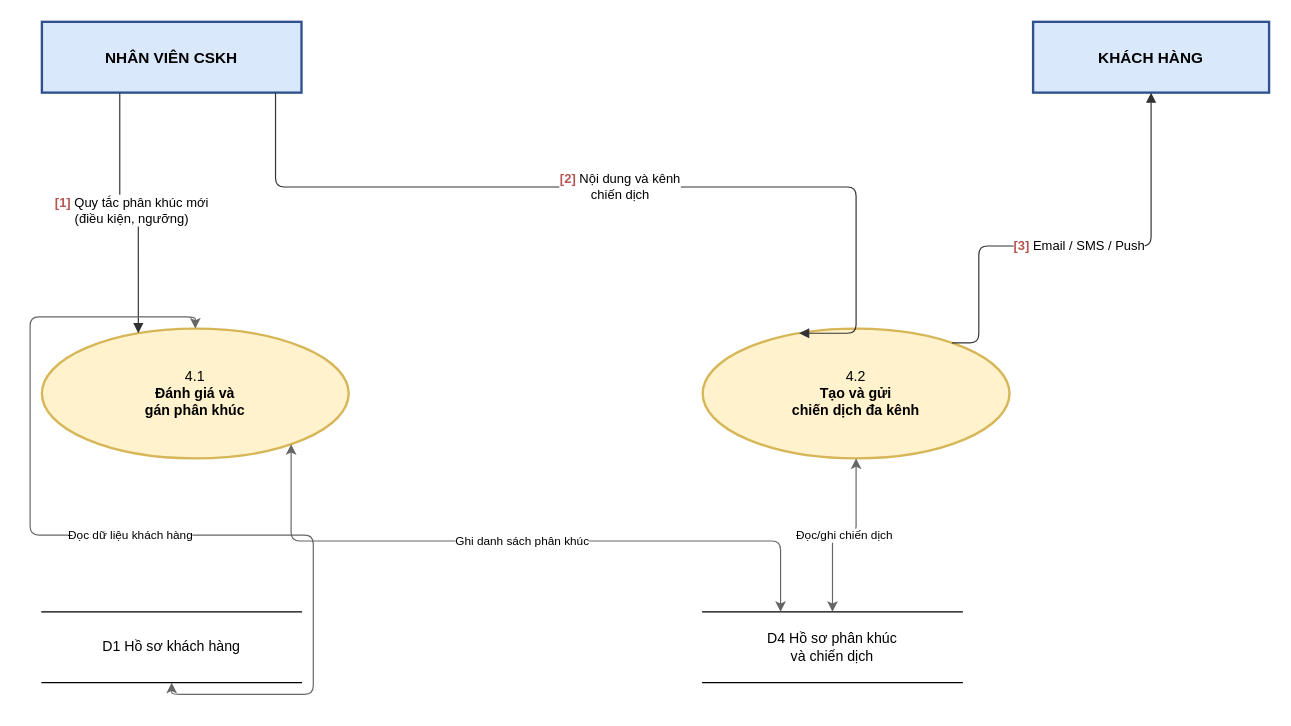
This is page "5. DFD muc 2b - Phan ra 4.0" (5 of 5) of docs/httttdn-so-do-bfd-dfd.drawio from KhanhChung2k5/Shopee, a draw.io file, before an edit. Source tidied: cells renumbered, new cells numbered last; positions are measured from the earlier drawing's top-left corner, leaving out a move shared by most shapes. Both pictures are drawn from the tidied source at 118%, with x=0, y=0 at pixel (41, 21).
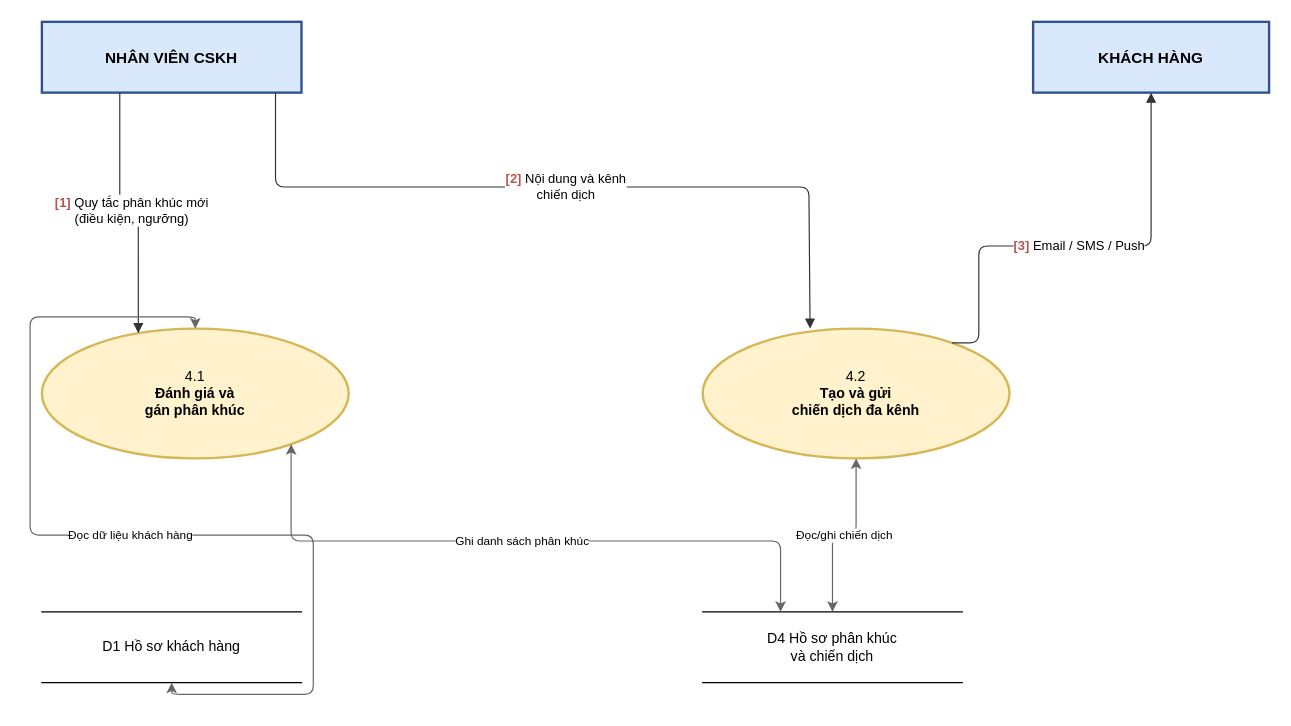
The same diagram, later.

Diff of the diagram source:
```diff
@@
 <mxGraphModel>
   <root>
     <mxCell id="0" />
     <mxCell id="1" parent="0" />
     <mxCell id="2" value="NHÂN VIÊN CSKH" style="rounded=0;whiteSpace=wrap;html=1;fontSize=13;fontStyle=1;fillColor=#DAE8FC;strokeColor=#2F528F;strokeWidth=2;align=center;verticalAlign=middle;" parent="1" vertex="1">
       <mxGeometry width="220" height="60" as="geometry" />
     </mxCell>
     <mxCell id="3" value="KHÁCH HÀNG" style="rounded=0;whiteSpace=wrap;html=1;fontSize=13;fontStyle=1;fillColor=#DAE8FC;strokeColor=#2F528F;strokeWidth=2;align=center;verticalAlign=middle;" parent="1" vertex="1">
       <mxGeometry x="840" width="200" height="60" as="geometry" />
     </mxCell>
     <mxCell id="4" value="4.1&lt;br&gt;&lt;b&gt;Đánh giá và&lt;br&gt;gán phân khúc&lt;/b&gt;" style="ellipse;whiteSpace=wrap;html=1;fontSize=12;fillColor=#FFF2CC;strokeColor=#D6B656;strokeWidth=2;align=center;verticalAlign=middle;" parent="1" vertex="1">
       <mxGeometry y="260" width="260" height="110" as="geometry" />
     </mxCell>
     <mxCell id="5" value="4.2&lt;br&gt;&lt;b&gt;Tạo và gửi&lt;br&gt;chiến dịch đa kênh&lt;/b&gt;" style="ellipse;whiteSpace=wrap;html=1;fontSize=12;fillColor=#FFF2CC;strokeColor=#D6B656;strokeWidth=2;align=center;verticalAlign=middle;" parent="1" vertex="1">
       <mxGeometry x="560" y="260" width="260" height="110" as="geometry" />
     </mxCell>
     <mxCell id="6" value="D1  Hồ sơ khách hàng" style="shape=partialRectangle;whiteSpace=wrap;html=1;top=1;bottom=1;left=0;right=0;fontSize=12;strokeColor=#000000;strokeWidth=1;fillColor=none;align=center;verticalAlign=middle;" parent="1" vertex="1">
       <mxGeometry y="500" width="220" height="60" as="geometry" />
     </mxCell>
     <mxCell id="7" value="D4  Hồ sơ phân khúc&lt;br&gt;và chiến dịch" style="shape=partialRectangle;whiteSpace=wrap;html=1;top=1;bottom=1;left=0;right=0;fontSize=12;strokeColor=#000000;strokeWidth=1;fillColor=none;align=center;verticalAlign=middle;" parent="1" vertex="1">
       <mxGeometry x="560" y="500" width="220" height="60" as="geometry" />
     </mxCell>
     <mxCell id="8" value="&lt;b style=&quot;color:#B85450;&quot;&gt;[1]&lt;/b&gt; Quy tắc phân khúc mới&lt;br&gt;(điều kiện, ngưỡng)" style="edgeStyle=orthogonalEdgeStyle;rounded=1;arcSize=15;html=1;endArrow=block;endFill=1;fontSize=11;strokeColor=#333333;labelBackgroundColor=#ffffff;align=center;verticalAlign=middle;exitX=0.3;exitY=1.0;exitDx=0;exitDy=0;entryX=0.3;entryY=0.0;entryDx=0;entryDy=0;" parent="1" edge="1" source="2" target="4">
       <mxGeometry relative="1" as="geometry" />
     </mxCell>
-    <mxCell id="9" value="&lt;b style=&quot;color:#B85450;&quot;&gt;[2]&lt;/b&gt; Nội dung và kênh&lt;br&gt;chiến dịch" style="edgeStyle=orthogonalEdgeStyle;rounded=1;arcSize=15;html=1;endArrow=block;endFill=1;fontSize=11;strokeColor=#333333;labelBackgroundColor=#ffffff;align=center;verticalAlign=middle;exitX=0.9;exitY=1.0;exitDx=0;exitDy=0;entryX=0.3;entryY=0.0;entryDx=0;entryDy=0;" parent="1" edge="1" source="2" target="5">
+    <mxCell id="9" value="&lt;b style=&quot;color:#B85450;&quot;&gt;[2]&lt;/b&gt; Nội dung và kênh&lt;br&gt;chiến dịch" style="edgeStyle=orthogonalEdgeStyle;rounded=1;arcSize=15;html=1;endArrow=block;endFill=1;fontSize=11;strokeColor=#333333;labelBackgroundColor=#ffffff;align=center;verticalAlign=middle;exitX=0.9;exitY=1.0;exitDx=0;exitDy=0;entryX=0.35;entryY=0;entryDx=0;entryDy=0;entryPerimeter=0;" parent="1" edge="1" source="2" target="5">
       <mxGeometry relative="1" as="geometry">
         <Array as="points">
           <mxPoint x="198" y="140" />
-          <mxPoint x="690" y="140" />
+          <mxPoint x="650" y="140" />
+          <mxPoint x="650" y="260" />
         </Array>
       </mxGeometry>
     </mxCell>
     <mxCell id="10" value="&lt;b style=&quot;color:#B85450;&quot;&gt;[3]&lt;/b&gt; Email / SMS / Push" style="edgeStyle=orthogonalEdgeStyle;rounded=1;arcSize=15;html=1;endArrow=block;endFill=1;fontSize=11;strokeColor=#333333;labelBackgroundColor=#ffffff;align=center;verticalAlign=middle;exitX=0.9;exitY=0.0;exitDx=0;exitDy=0;entryX=0.5;entryY=1.0;entryDx=0;entryDy=0;" parent="1" edge="1" source="5" target="3">
       <mxGeometry relative="1" as="geometry">
         <Array as="points">
           <mxPoint x="794" y="190" />
           <mxPoint x="940" y="190" />
         </Array>
       </mxGeometry>
     </mxCell>
     <mxCell id="11" value="Đọc dữ liệu khách hàng" style="edgeStyle=orthogonalEdgeStyle;rounded=1;arcSize=15;html=1;endArrow=classic;startArrow=classic;endFill=1;startFill=1;fontSize=10;strokeColor=#666666;labelBackgroundColor=#ffffff;exitX=0.5;exitY=1.0;exitDx=0;exitDy=0;entryX=0.5;entryY=0.0;entryDx=0;entryDy=0;" parent="1" edge="1" source="6" target="4">
       <mxGeometry relative="1" as="geometry" />
     </mxCell>
     <mxCell id="12" value="Ghi danh sách phân khúc" style="edgeStyle=orthogonalEdgeStyle;rounded=1;arcSize=15;html=1;endArrow=classic;startArrow=classic;endFill=1;startFill=1;fontSize=10;strokeColor=#666666;labelBackgroundColor=#ffffff;exitX=0.9;exitY=1.0;exitDx=0;exitDy=0;entryX=0.3;entryY=0.0;entryDx=0;entryDy=0;" parent="1" edge="1" source="4" target="7">
       <mxGeometry relative="1" as="geometry">
         <Array as="points">
           <mxPoint x="234" y="440" />
           <mxPoint x="726" y="440" />
         </Array>
       </mxGeometry>
     </mxCell>
     <mxCell id="13" value="Đọc/ghi chiến dịch" style="edgeStyle=orthogonalEdgeStyle;rounded=1;arcSize=15;html=1;endArrow=classic;startArrow=classic;endFill=1;startFill=1;fontSize=10;strokeColor=#666666;labelBackgroundColor=#ffffff;exitX=0.5;exitY=1.0;exitDx=0;exitDy=0;entryX=0.5;entryY=0.0;entryDx=0;entryDy=0;" parent="1" edge="1" source="5" target="7">
       <mxGeometry relative="1" as="geometry" />
     </mxCell>
   </root>
 </mxGraphModel>
```
